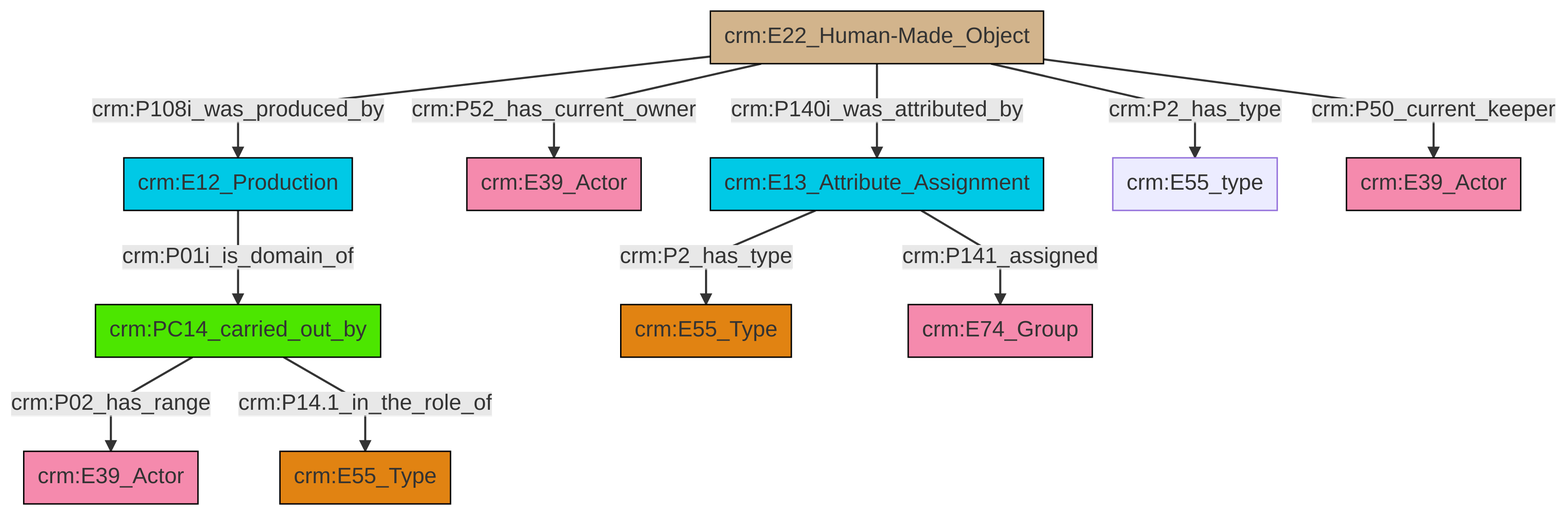
swiss-art-research-net/docs.swissartresearch keeps this Mermaid diagram as et/artworkCSV/ttl/mmd/png/Artwork_Actor_Relations.png. Above is the earlier version. Its source is kept beside it as et/artworkCSV/ttl/mmd/Artwork_Actor_Relations.ttl.mmd.
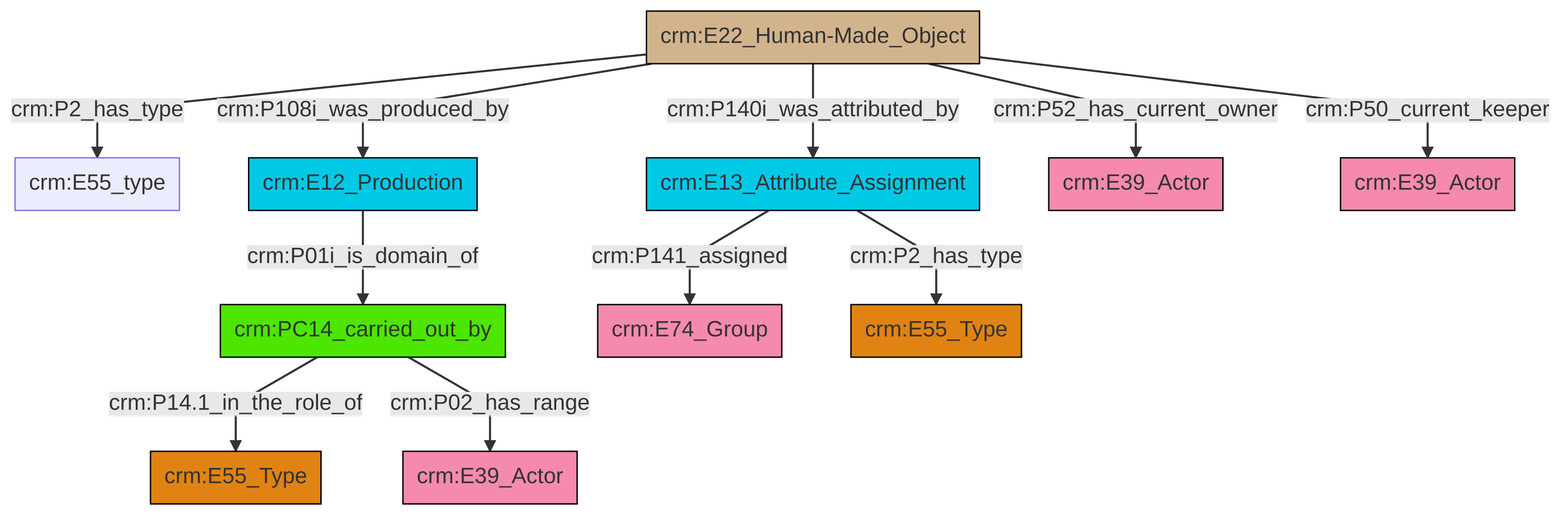
Above is the later version.

What changed in the source:
```diff
@@ -13,13 +13,13 @@
 classDef PC_Classes fill:#4ce600, stroke:#000000;
 classDef Multi fill:#cccccc,stroke:#000000;
 
-4["crm:E22_Human-Made_Object"]:::Physical_Thing -->|crm:P108i_was_produced_by| 5["crm:E12_Production"]:::Temporal_Entity
-4["crm:E22_Human-Made_Object"]:::Physical_Thing -->|crm:P52_has_current_owner| 7["crm:E39_Actor"]:::Actor
-8["crm:E13_Attribute_Assignment"]:::Temporal_Entity -->|crm:P141_assigned| 9["crm:E74_Group"]:::Actor
-0["crm:PC14_carried_out_by"]:::PC_Classes -->|crm:P02_has_range| 11["crm:E39_Actor"]:::Actor
-8["crm:E13_Attribute_Assignment"]:::Temporal_Entity -->|crm:P2_has_type| 2["crm:E55_Type"]:::Type
-5["crm:E12_Production"]:::Temporal_Entity -->|crm:P01i_is_domain_of| 0["crm:PC14_carried_out_by"]:::PC_Classes
-0["crm:PC14_carried_out_by"]:::PC_Classes -->|crm:P14.1_in_the_role_of| 13["crm:E55_Type"]:::Type
-4["crm:E22_Human-Made_Object"]:::Physical_Thing -->|crm:P50_current_keeper| 21["crm:E39_Actor"]:::Actor
-4["crm:E22_Human-Made_Object"]:::Physical_Thing -->|crm:P2_has_type| 18["crm:E55_type"]:::Default
-4["crm:E22_Human-Made_Object"]:::Physical_Thing -->|crm:P140i_was_attributed_by| 8["crm:E13_Attribute_Assignment"]:::Temporal_Entity
+8["crm:E22_Human-Made_Object"]:::Physical_Thing -->|crm:P108i_was_produced_by| 2["crm:E12_Production"]:::Temporal_Entity
+8["crm:E22_Human-Made_Object"]:::Physical_Thing -->|crm:P52_has_current_owner| 9["crm:E39_Actor"]:::Actor
+8["crm:E22_Human-Made_Object"]:::Physical_Thing -->|crm:P2_has_type| 0["crm:E55_type"]:::Default
+10["crm:PC14_carried_out_by"]:::PC_Classes -->|crm:P14.1_in_the_role_of| 11["crm:E55_Type"]:::Type
+10["crm:PC14_carried_out_by"]:::PC_Classes -->|crm:P02_has_range| 6["crm:E39_Actor"]:::Actor
+8["crm:E22_Human-Made_Object"]:::Physical_Thing -->|crm:P50_current_keeper| 14["crm:E39_Actor"]:::Actor
+8["crm:E22_Human-Made_Object"]:::Physical_Thing -->|crm:P140i_was_attributed_by| 4["crm:E13_Attribute_Assignment"]:::Temporal_Entity
+2["crm:E12_Production"]:::Temporal_Entity -->|crm:P01i_is_domain_of| 10["crm:PC14_carried_out_by"]:::PC_Classes
+4["crm:E13_Attribute_Assignment"]:::Temporal_Entity -->|crm:P141_assigned| 12["crm:E74_Group"]:::Actor
+4["crm:E13_Attribute_Assignment"]:::Temporal_Entity -->|crm:P2_has_type| 17["crm:E55_Type"]:::Type
```
